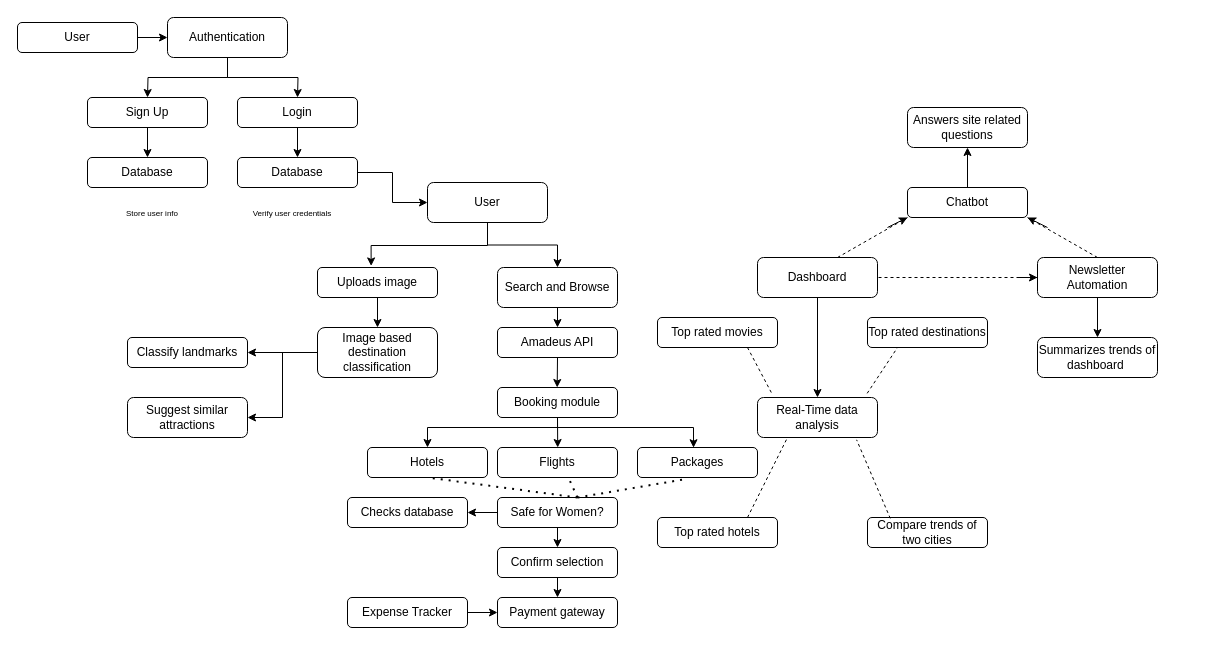
The draw.io diagram Untitled Diagram.drawio in ShaliniKashyap717/Travel_Website, before the edit. Source tidied: cells renumbered, new cells numbered last; positions are measured from the earlier drawing's top-left corner, leaving out a move shared by most shapes. Both pictures are drawn from the tidied source at 100%, with x=0, y=0 at pixel (17, 17).
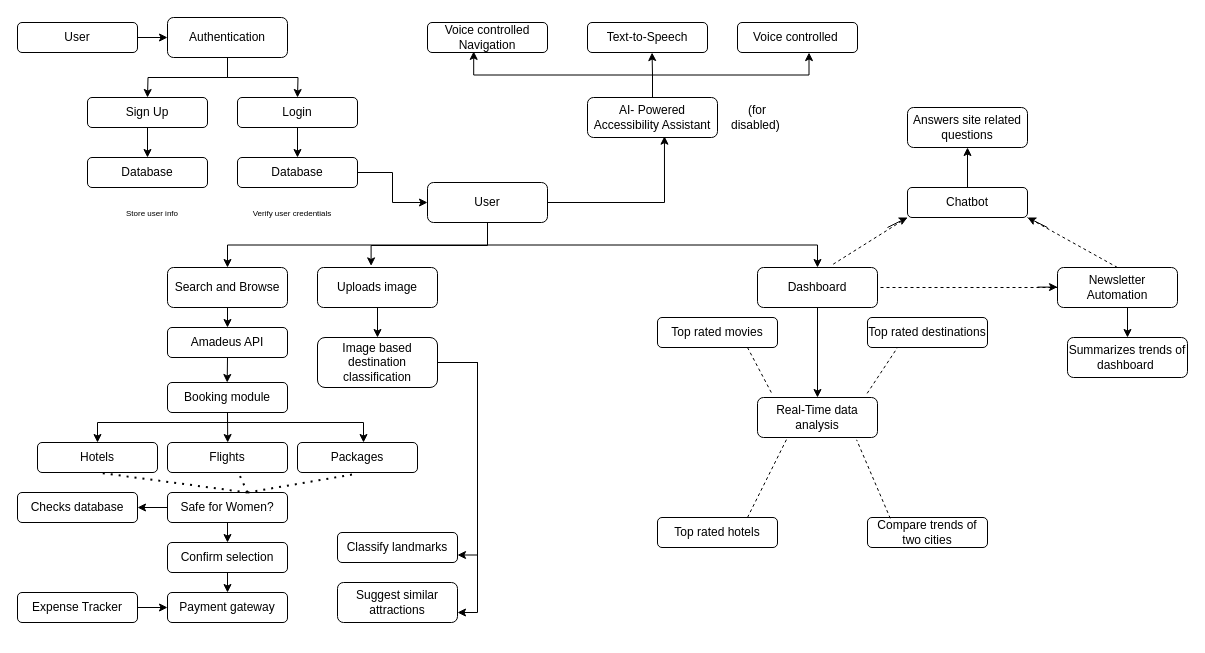
After the change.

Unchanged cells that the change refers to:
```xml
<mxCell id="3" value="User" style="rounded=1;whiteSpace=wrap;html=1;fontSize=12;glass=0;strokeWidth=1;shadow=0;" parent="1" vertex="1">
  <mxGeometry x="410" y="165" width="120" height="40" as="geometry" />
</mxCell>
<mxCell id="46" value="Chatbot" style="rounded=1;whiteSpace=wrap;html=1;fontSize=12;glass=0;strokeWidth=1;shadow=0;" parent="1" vertex="1">
  <mxGeometry x="890" y="170" width="120" height="30" as="geometry" />
</mxCell>
```

Change to the diagram source:
```diff
@@
+    <mxCell id="76" style="edgeStyle=orthogonalEdgeStyle;rounded=0;jettySize=auto;html=1;exitX=0.5;exitY=1;exitDx=0;exitDy=0;" parent="1" edge="1" source="3" target="5">
+      <mxGeometry relative="1" as="geometry" />
+    </mxCell>
@@
     <mxCell id="5" value="Dashboard" style="rounded=1;whiteSpace=wrap;html=1;fontSize=12;glass=0;strokeWidth=1;shadow=0;" parent="1" vertex="1">
-      <mxGeometry x="740" y="240" width="120" height="40" as="geometry" />
+      <mxGeometry x="740" y="250" width="120" height="40" as="geometry" />
     </mxCell>
@@
     <mxCell id="7" value="Search and Browse" style="rounded=1;whiteSpace=wrap;html=1;fontSize=12;glass=0;strokeWidth=1;shadow=0;" parent="1" vertex="1">
-      <mxGeometry x="480" y="250" width="120" height="40" as="geometry" />
+      <mxGeometry x="150" y="250" width="120" height="40" as="geometry" />
     </mxCell>
@@
-    <mxCell id="9" style="edgeStyle=orthogonalEdgeStyle;rounded=0;jettySize=auto;html=1;exitX=1;exitY=0.5;exitDx=0;exitDy=0;entryX=0;entryY=0.5;entryDx=0;entryDy=0;" parent="1" edge="1" source="10" target="34">
-      <mxGeometry relative="1" as="geometry" />
-    </mxCell>
-    <mxCell id="10" value="Expense Tracker" style="rounded=1;whiteSpace=wrap;html=1;fontSize=12;glass=0;strokeWidth=1;shadow=0;" parent="1" vertex="1">
-      <mxGeometry x="330" y="580" width="120" height="30" as="geometry" />
-    </mxCell>
@@
-    <mxCell id="12" style="edgeStyle=orthogonalEdgeStyle;rounded=0;jettySize=auto;html=1;exitX=0;exitY=0.5;exitDx=0;exitDy=0;" parent="1" edge="1" source="13">
-      <mxGeometry relative="1" as="geometry">
-        <mxPoint x="1019.7" y="259.9" as="targetPoint" />
-      </mxGeometry>
-    </mxCell>
     <mxCell id="13" value="Newsletter Automation" style="rounded=1;whiteSpace=wrap;html=1;fontSize=12;glass=0;strokeWidth=1;shadow=0;" parent="1" vertex="1">
-      <mxGeometry x="1020" y="240" width="120" height="40" as="geometry" />
+      <mxGeometry x="1040" y="250" width="120" height="40" as="geometry" />
     </mxCell>
-    <mxCell id="14" style="edgeStyle=orthogonalEdgeStyle;rounded=0;jettySize=auto;html=1;exitX=0.5;exitY=1;exitDx=0;exitDy=0;" parent="1" edge="1" source="15">
-      <mxGeometry relative="1" as="geometry">
-        <mxPoint x="539.9" y="310" as="targetPoint" />
-      </mxGeometry>
-    </mxCell>
-    <mxCell id="15" value="Amadeus API" style="rounded=1;whiteSpace=wrap;html=1;fontSize=12;glass=0;strokeWidth=1;shadow=0;" parent="1" vertex="1">
-      <mxGeometry x="480" y="310" width="120" height="30" as="geometry" />
-    </mxCell>
-    <mxCell id="16" style="edgeStyle=orthogonalEdgeStyle;rounded=0;orthogonalLoop=1;jettySize=auto;html=1;exitX=0.5;exitY=1;exitDx=0;exitDy=0;" parent="1" edge="1">
-      <mxGeometry relative="1" as="geometry">
-        <mxPoint x="540" y="340" as="sourcePoint" />
-        <mxPoint x="539.7" y="370" as="targetPoint" />
-      </mxGeometry>
-    </mxCell>
-    <mxCell id="17" style="edgeStyle=orthogonalEdgeStyle;rounded=0;jettySize=auto;html=1;exitX=0.5;exitY=1;exitDx=0;exitDy=0;" parent="1" edge="1" source="18">
-      <mxGeometry relative="1" as="geometry">
-        <mxPoint x="540.2" y="430" as="targetPoint" />
-      </mxGeometry>
-    </mxCell>
-    <mxCell id="18" value="Booking module" style="rounded=1;whiteSpace=wrap;html=1;fontSize=12;glass=0;strokeWidth=1;shadow=0;" parent="1" vertex="1">
-      <mxGeometry x="480" y="370" width="120" height="30" as="geometry" />
-    </mxCell>
-    <mxCell id="19" value="Flights" style="rounded=1;whiteSpace=wrap;html=1;fontSize=12;glass=0;strokeWidth=1;shadow=0;" parent="1" vertex="1">
-      <mxGeometry x="480" y="430" width="120" height="30" as="geometry" />
-    </mxCell>
-    <mxCell id="20" style="edgeStyle=orthogonalEdgeStyle;rounded=0;jettySize=auto;html=1;exitX=0.25;exitY=1;exitDx=0;exitDy=0;" parent="1" edge="1" source="18" target="21">
-      <mxGeometry relative="1" as="geometry">
-        <Array as="points">
-          <mxPoint x="540" y="400" />
-          <mxPoint x="540" y="410" />
-        </Array>
-      </mxGeometry>
-    </mxCell>
-    <mxCell id="21" value="Hotels" style="rounded=1;whiteSpace=wrap;html=1;fontSize=12;glass=0;strokeWidth=1;shadow=0;" parent="1" vertex="1">
-      <mxGeometry x="350" y="430" width="120" height="30" as="geometry" />
-    </mxCell>
     <mxCell id="22" value="Packages" style="rounded=1;whiteSpace=wrap;html=1;fontSize=12;glass=0;strokeWidth=1;shadow=0;" parent="1" vertex="1">
-      <mxGeometry x="620" y="430" width="120" height="30" as="geometry" />
+      <mxGeometry x="280" y="425" width="120" height="30" as="geometry" />
     </mxCell>
-    <mxCell id="23" style="edgeStyle=orthogonalEdgeStyle;rounded=0;jettySize=auto;html=1;exitX=0.5;exitY=1;exitDx=0;exitDy=0;entryX=0.467;entryY=0.008;entryDx=0;entryDy=0;entryPerimeter=0;" parent="1" edge="1" source="18" target="22">
-      <mxGeometry relative="1" as="geometry">
-        <Array as="points">
-          <mxPoint x="540" y="410" />
-          <mxPoint x="676" y="410" />
-        </Array>
-      </mxGeometry>
-    </mxCell>
-    <mxCell id="24" style="edgeStyle=orthogonalEdgeStyle;rounded=0;jettySize=auto;html=1;exitX=0.5;exitY=1;exitDx=0;exitDy=0;entryX=0.5;entryY=0;entryDx=0;entryDy=0;" parent="1" edge="1" source="26" target="31">
-      <mxGeometry relative="1" as="geometry" />
-    </mxCell>
-    <mxCell id="25" style="edgeStyle=orthogonalEdgeStyle;rounded=0;jettySize=auto;html=1;exitX=0;exitY=0.5;exitDx=0;exitDy=0;entryX=1;entryY=0.5;entryDx=0;entryDy=0;" parent="1" edge="1" source="26" target="32">
-      <mxGeometry relative="1" as="geometry" />
-    </mxCell>
-    <mxCell id="26" value="Safe for Women?" style="rounded=1;whiteSpace=wrap;html=1;fontSize=12;glass=0;strokeWidth=1;shadow=0;" parent="1" vertex="1">
-      <mxGeometry x="480" y="480" width="120" height="30" as="geometry" />
-    </mxCell>
-    <mxCell id="27" style="endArrow=none;dashed=1;html=1;dashPattern=1 3;strokeWidth=2;rounded=0;entryX=0.371;entryY=1.075;entryDx=0;entryDy=0;entryPerimeter=0;" parent="1" edge="1" target="22">
-      <mxGeometry relative="1" as="geometry">
-        <mxPoint x="560" y="480" as="sourcePoint" />
-      </mxGeometry>
-    </mxCell>
-    <mxCell id="28" style="endArrow=none;dashed=1;html=1;dashPattern=1 3;strokeWidth=2;rounded=0;entryX=0.5;entryY=1;entryDx=0;entryDy=0;" parent="1" edge="1" target="21">
-      <mxGeometry relative="1" as="geometry">
-        <mxPoint x="560" y="480" as="sourcePoint" />
-      </mxGeometry>
-    </mxCell>
-    <mxCell id="29" style="endArrow=none;dashed=1;html=1;dashPattern=1 3;strokeWidth=2;rounded=0;entryX=0.596;entryY=1.049;entryDx=0;entryDy=0;entryPerimeter=0;" parent="1" edge="1" target="19">
-      <mxGeometry relative="1" as="geometry">
-        <mxPoint x="560" y="480" as="sourcePoint" />
-      </mxGeometry>
-    </mxCell>
-    <mxCell id="30" style="edgeStyle=orthogonalEdgeStyle;rounded=0;jettySize=auto;html=1;exitX=0.5;exitY=1;exitDx=0;exitDy=0;entryX=0.5;entryY=0;entryDx=0;entryDy=0;" parent="1" edge="1" source="31">
-      <mxGeometry relative="1" as="geometry">
-        <mxPoint x="540" y="580" as="targetPoint" />
-      </mxGeometry>
-    </mxCell>
-    <mxCell id="31" value="Confirm selection" style="rounded=1;whiteSpace=wrap;html=1;fontSize=12;glass=0;strokeWidth=1;shadow=0;" parent="1" vertex="1">
-      <mxGeometry x="480" y="530" width="120" height="30" as="geometry" />
-    </mxCell>
-    <mxCell id="32" value="Checks database" style="rounded=1;whiteSpace=wrap;html=1;fontSize=12;glass=0;strokeWidth=1;shadow=0;" parent="1" vertex="1">
-      <mxGeometry x="330" y="480" width="120" height="30" as="geometry" />
-    </mxCell>
-    <mxCell id="33" style="edgeStyle=orthogonalEdgeStyle;rounded=0;jettySize=auto;html=1;exitX=0.5;exitY=1;exitDx=0;exitDy=0;entryX=0.5;entryY=0;entryDx=0;entryDy=0;" parent="1" edge="1" target="34">
-      <mxGeometry relative="1" as="geometry">
-        <mxPoint x="540" y="610" as="sourcePoint" />
-      </mxGeometry>
-    </mxCell>
-    <mxCell id="34" value="Payment gateway" style="rounded=1;whiteSpace=wrap;html=1;fontSize=12;glass=0;strokeWidth=1;shadow=0;" parent="1" vertex="1">
-      <mxGeometry x="480" y="580" width="120" height="30" as="geometry" />
-    </mxCell>
@@
     <mxCell id="44" style="endArrow=none;dashed=1;html=1;rounded=0;entryX=1;entryY=0.5;entryDx=0;entryDy=0;exitX=0;exitY=0.5;exitDx=0;exitDy=0;" parent="1" edge="1" source="13" target="5">
-      <mxGeometry relative="1" as="geometry">
-        <Array as="points">
-          <mxPoint x="1020" y="260" />
-        </Array>
-      </mxGeometry>
+      <mxGeometry relative="1" as="geometry" />
     </mxCell>
     <mxCell id="45" value="Summarizes trends of dashboard&amp;nbsp;" style="rounded=1;whiteSpace=wrap;html=1;fontSize=12;glass=0;strokeWidth=1;shadow=0;" parent="1" vertex="1">
-      <mxGeometry x="1020" y="320" width="120" height="40" as="geometry" />
+      <mxGeometry x="1050" y="320" width="120" height="40" as="geometry" />
     </mxCell>
@@
-    <mxCell id="47" style="endArrow=none;dashed=1;html=1;rounded=0;entryX=0;entryY=1;entryDx=0;entryDy=0;" parent="1" edge="1" target="46">
-      <mxGeometry relative="1" as="geometry">
-        <mxPoint x="820" y="240" as="sourcePoint" />
-      </mxGeometry>
+    <mxCell id="47" style="endArrow=none;dashed=1;html=1;rounded=0;entryX=0;entryY=1;entryDx=0;entryDy=0;exitX=0.631;exitY=-0.083;exitDx=0;exitDy=0;exitPerimeter=0;" parent="1" edge="1" source="5" target="46">
+      <mxGeometry relative="1" as="geometry" />
     </mxCell>
@@
-    <mxCell id="53" style="edgeStyle=orthogonalEdgeStyle;rounded=0;jettySize=auto;html=1;exitX=0.5;exitY=1;exitDx=0;exitDy=0;entryX=0.5;entryY=0;entryDx=0;entryDy=0;" parent="1" edge="1" source="54" target="60">
-      <mxGeometry relative="1" as="geometry" />
-    </mxCell>
-    <mxCell id="54" value="Uploads image" style="rounded=1;whiteSpace=wrap;html=1;" parent="1" vertex="1">
-      <mxGeometry x="300" y="250" width="120" height="30" as="geometry" />
-    </mxCell>
     <mxCell id="55" style="endArrow=classic;html=1;rounded=0;" parent="1" edge="1">
       <mxGeometry relative="1" as="geometry">
-        <mxPoint x="1000" y="260" as="sourcePoint" />
-        <mxPoint x="1020" y="260" as="targetPoint" />
+        <mxPoint x="1020" y="269.6" as="sourcePoint" />
+        <mxPoint x="1040" y="269.6" as="targetPoint" />
       </mxGeometry>
     </mxCell>
@@
-    <mxCell id="58" style="edgeStyle=orthogonalEdgeStyle;rounded=0;jettySize=auto;html=1;exitX=0;exitY=0.5;exitDx=0;exitDy=0;entryX=1;entryY=0.5;entryDx=0;entryDy=0;" parent="1" edge="1" source="60" target="73">
-      <mxGeometry relative="1" as="geometry" />
-    </mxCell>
-    <mxCell id="59" style="edgeStyle=orthogonalEdgeStyle;rounded=0;jettySize=auto;html=1;exitX=0;exitY=0.5;exitDx=0;exitDy=0;entryX=1;entryY=0.5;entryDx=0;entryDy=0;" parent="1" edge="1" source="60" target="74">
-      <mxGeometry relative="1" as="geometry" />
-    </mxCell>
-    <mxCell id="60" value="Image based destination classification" style="rounded=1;whiteSpace=wrap;html=1;" parent="1" vertex="1">
-      <mxGeometry x="300" y="310" width="120" height="50" as="geometry" />
-    </mxCell>
@@
+    <mxCell id="75" style="edgeStyle=orthogonalEdgeStyle;rounded=0;jettySize=auto;html=1;exitX=0.5;exitY=1;exitDx=0;exitDy=0;entryX=0.447;entryY=-0.052;entryDx=0;entryDy=0;entryPerimeter=0;" parent="1" edge="1" source="3">
+      <mxGeometry relative="1" as="geometry">
+        <mxPoint x="353.6" y="248.4" as="targetPoint" />
+        <Array as="points">
+          <mxPoint x="470" y="228" />
+          <mxPoint x="354" y="228" />
+        </Array>
+      </mxGeometry>
+    </mxCell>
+    <mxCell id="77" value="AI- Powered Accessibility Assistant" style="rounded=1;whiteSpace=wrap;html=1;" parent="1" vertex="1">
+      <mxGeometry x="570" y="80" width="130" height="40" as="geometry" />
+    </mxCell>
+    <mxCell id="78" value="Voice controlled Navigation" style="rounded=1;whiteSpace=wrap;html=1;" parent="1" vertex="1">
+      <mxGeometry x="410" y="5" width="120" height="30" as="geometry" />
+    </mxCell>
+    <mxCell id="79" value="Text-to-Speech" style="rounded=1;whiteSpace=wrap;html=1;" parent="1" vertex="1">
+      <mxGeometry x="570" y="5" width="120" height="30" as="geometry" />
+    </mxCell>
+    <mxCell id="80" value="Voice controlled&amp;nbsp;" style="rounded=1;whiteSpace=wrap;html=1;" parent="1" vertex="1">
+      <mxGeometry x="720" y="5" width="120" height="30" as="geometry" />
+    </mxCell>
+    <mxCell id="81" style="edgeStyle=orthogonalEdgeStyle;rounded=0;jettySize=auto;html=1;exitX=0.5;exitY=0;exitDx=0;exitDy=0;entryX=0.538;entryY=1.002;entryDx=0;entryDy=0;entryPerimeter=0;" parent="1" edge="1" source="77" target="79">
+      <mxGeometry relative="1" as="geometry" />
+    </mxCell>
+    <mxCell id="82" style="edgeStyle=orthogonalEdgeStyle;rounded=0;jettySize=auto;html=1;exitX=0.5;exitY=0;exitDx=0;exitDy=0;entryX=0.596;entryY=1.002;entryDx=0;entryDy=0;entryPerimeter=0;" parent="1" edge="1" source="77" target="80">
+      <mxGeometry relative="1" as="geometry" />
+    </mxCell>
+    <mxCell id="83" style="edgeStyle=orthogonalEdgeStyle;rounded=0;jettySize=auto;html=1;exitX=0.5;exitY=0;exitDx=0;exitDy=0;entryX=0.385;entryY=0.963;entryDx=0;entryDy=0;entryPerimeter=0;" parent="1" edge="1" source="77" target="78">
+      <mxGeometry relative="1" as="geometry" />
+    </mxCell>
+    <mxCell id="84" style="edgeStyle=orthogonalEdgeStyle;rounded=0;jettySize=auto;html=1;exitX=1;exitY=0.5;exitDx=0;exitDy=0;entryX=0.592;entryY=0.967;entryDx=0;entryDy=0;entryPerimeter=0;" parent="1" edge="1" source="3" target="77">
+      <mxGeometry relative="1" as="geometry" />
+    </mxCell>
+    <mxCell id="85" value="(for disabled)&amp;nbsp;" style="text;html=1;align=center;verticalAlign=middle;whiteSpace=wrap;rounded=0;" parent="1" vertex="1">
+      <mxGeometry x="710" y="85" width="60" height="30" as="geometry" />
+    </mxCell>
+    <mxCell id="9" style="edgeStyle=orthogonalEdgeStyle;rounded=0;jettySize=auto;html=1;exitX=1;exitY=0.5;exitDx=0;exitDy=0;entryX=0;entryY=0.5;entryDx=0;entryDy=0;" parent="1" edge="1" source="10" target="34">
+      <mxGeometry relative="1" as="geometry" />
+    </mxCell>
+    <mxCell id="10" value="Expense Tracker" style="rounded=1;whiteSpace=wrap;html=1;fontSize=12;glass=0;strokeWidth=1;shadow=0;" parent="1" vertex="1">
+      <mxGeometry y="575" width="120" height="30" as="geometry" />
+    </mxCell>
+    <mxCell id="86" style="edgeStyle=orthogonalEdgeStyle;rounded=0;jettySize=auto;html=1;exitX=0.5;exitY=1;exitDx=0;exitDy=0;" parent="1" edge="1" source="15">
+      <mxGeometry relative="1" as="geometry">
+        <mxPoint x="209.7" y="365" as="targetPoint" />
+      </mxGeometry>
+    </mxCell>
+    <mxCell id="87" style="edgeStyle=orthogonalEdgeStyle;rounded=0;jettySize=auto;html=1;exitX=0.5;exitY=1;exitDx=0;exitDy=0;" parent="1" edge="1" source="18">
+      <mxGeometry relative="1" as="geometry">
+        <mxPoint x="210.2" y="425" as="targetPoint" />
+      </mxGeometry>
+    </mxCell>
+    <mxCell id="18" value="Booking module" style="rounded=1;whiteSpace=wrap;html=1;fontSize=12;glass=0;strokeWidth=1;shadow=0;" parent="1" vertex="1">
+      <mxGeometry x="150" y="365" width="120" height="30" as="geometry" />
+    </mxCell>
+    <mxCell id="19" value="Flights" style="rounded=1;whiteSpace=wrap;html=1;fontSize=12;glass=0;strokeWidth=1;shadow=0;" parent="1" vertex="1">
+      <mxGeometry x="150" y="425" width="120" height="30" as="geometry" />
+    </mxCell>
+    <mxCell id="20" style="edgeStyle=orthogonalEdgeStyle;rounded=0;jettySize=auto;html=1;exitX=0.25;exitY=1;exitDx=0;exitDy=0;" parent="1" edge="1" source="18" target="21">
+      <mxGeometry relative="1" as="geometry">
+        <Array as="points">
+          <mxPoint x="210" y="395" />
+          <mxPoint x="210" y="405" />
+        </Array>
+      </mxGeometry>
+    </mxCell>
+    <mxCell id="21" value="Hotels" style="rounded=1;whiteSpace=wrap;html=1;fontSize=12;glass=0;strokeWidth=1;shadow=0;" parent="1" vertex="1">
+      <mxGeometry x="20" y="425" width="120" height="30" as="geometry" />
+    </mxCell>
+    <mxCell id="88" style="edgeStyle=orthogonalEdgeStyle;rounded=0;jettySize=auto;html=1;exitX=0.5;exitY=1;exitDx=0;exitDy=0;entryX=0.467;entryY=0.008;entryDx=0;entryDy=0;entryPerimeter=0;" parent="1" edge="1" source="18">
+      <mxGeometry relative="1" as="geometry">
+        <mxPoint x="346" y="425" as="targetPoint" />
+        <Array as="points">
+          <mxPoint x="210" y="405" />
+          <mxPoint x="346" y="405" />
+        </Array>
+      </mxGeometry>
+    </mxCell>
+    <mxCell id="24" style="edgeStyle=orthogonalEdgeStyle;rounded=0;jettySize=auto;html=1;exitX=0.5;exitY=1;exitDx=0;exitDy=0;entryX=0.5;entryY=0;entryDx=0;entryDy=0;" parent="1" edge="1" source="26" target="31">
+      <mxGeometry relative="1" as="geometry" />
+    </mxCell>
+    <mxCell id="25" style="edgeStyle=orthogonalEdgeStyle;rounded=0;jettySize=auto;html=1;exitX=0;exitY=0.5;exitDx=0;exitDy=0;entryX=1;entryY=0.5;entryDx=0;entryDy=0;" parent="1" edge="1" source="26" target="32">
+      <mxGeometry relative="1" as="geometry" />
+    </mxCell>
+    <mxCell id="26" value="Safe for Women?" style="rounded=1;whiteSpace=wrap;html=1;fontSize=12;glass=0;strokeWidth=1;shadow=0;" parent="1" vertex="1">
+      <mxGeometry x="150" y="475" width="120" height="30" as="geometry" />
+    </mxCell>
+    <mxCell id="89" style="endArrow=none;dashed=1;html=1;dashPattern=1 3;strokeWidth=2;rounded=0;entryX=0.371;entryY=1.075;entryDx=0;entryDy=0;entryPerimeter=0;" parent="1" edge="1">
+      <mxGeometry relative="1" as="geometry">
+        <mxPoint x="230" y="475" as="sourcePoint" />
+        <mxPoint x="335" y="457" as="targetPoint" />
+      </mxGeometry>
+    </mxCell>
+    <mxCell id="90" style="endArrow=none;dashed=1;html=1;dashPattern=1 3;strokeWidth=2;rounded=0;entryX=0.5;entryY=1;entryDx=0;entryDy=0;" parent="1" edge="1" target="21">
+      <mxGeometry relative="1" as="geometry">
+        <mxPoint x="230" y="475" as="sourcePoint" />
+      </mxGeometry>
+    </mxCell>
+    <mxCell id="91" style="endArrow=none;dashed=1;html=1;dashPattern=1 3;strokeWidth=2;rounded=0;entryX=0.596;entryY=1.049;entryDx=0;entryDy=0;entryPerimeter=0;" parent="1" edge="1" target="19">
+      <mxGeometry relative="1" as="geometry">
+        <mxPoint x="230" y="475" as="sourcePoint" />
+      </mxGeometry>
+    </mxCell>
+    <mxCell id="92" style="edgeStyle=orthogonalEdgeStyle;rounded=0;jettySize=auto;html=1;exitX=0.5;exitY=1;exitDx=0;exitDy=0;entryX=0.5;entryY=0;entryDx=0;entryDy=0;" parent="1" edge="1" source="31">
+      <mxGeometry relative="1" as="geometry">
+        <mxPoint x="210" y="575" as="targetPoint" />
+      </mxGeometry>
+    </mxCell>
+    <mxCell id="31" value="Confirm selection" style="rounded=1;whiteSpace=wrap;html=1;fontSize=12;glass=0;strokeWidth=1;shadow=0;" parent="1" vertex="1">
+      <mxGeometry x="150" y="525" width="120" height="30" as="geometry" />
+    </mxCell>
+    <mxCell id="32" value="Checks database" style="rounded=1;whiteSpace=wrap;html=1;fontSize=12;glass=0;strokeWidth=1;shadow=0;" parent="1" vertex="1">
+      <mxGeometry y="475" width="120" height="30" as="geometry" />
+    </mxCell>
+    <mxCell id="93" style="edgeStyle=orthogonalEdgeStyle;rounded=0;jettySize=auto;html=1;exitX=0.5;exitY=1;exitDx=0;exitDy=0;entryX=0.5;entryY=0;entryDx=0;entryDy=0;" parent="1" edge="1" target="34">
+      <mxGeometry relative="1" as="geometry">
+        <mxPoint x="210" y="605" as="sourcePoint" />
+      </mxGeometry>
+    </mxCell>
+    <mxCell id="34" value="Payment gateway" style="rounded=1;whiteSpace=wrap;html=1;fontSize=12;glass=0;strokeWidth=1;shadow=0;" parent="1" vertex="1">
+      <mxGeometry x="150" y="575" width="120" height="30" as="geometry" />
+    </mxCell>
+    <mxCell id="94" style="edgeStyle=orthogonalEdgeStyle;rounded=0;jettySize=auto;html=1;exitX=0.5;exitY=1;exitDx=0;exitDy=0;" parent="1" edge="1" target="15">
+      <mxGeometry relative="1" as="geometry">
+        <mxPoint x="210" y="335" as="sourcePoint" />
+      </mxGeometry>
+    </mxCell>
+    <mxCell id="15" value="Amadeus API" style="rounded=1;whiteSpace=wrap;html=1;fontSize=12;glass=0;strokeWidth=1;shadow=0;" parent="1" vertex="1">
+      <mxGeometry x="150" y="310" width="120" height="30" as="geometry" />
+    </mxCell>
+    <mxCell id="53" style="edgeStyle=orthogonalEdgeStyle;rounded=0;jettySize=auto;html=1;exitX=0.5;exitY=1;exitDx=0;exitDy=0;entryX=0.5;entryY=0;entryDx=0;entryDy=0;" parent="1" edge="1" source="54" target="60">
+      <mxGeometry relative="1" as="geometry" />
+    </mxCell>
+    <mxCell id="54" value="Uploads image" style="rounded=1;whiteSpace=wrap;html=1;" parent="1" vertex="1">
+      <mxGeometry x="300" y="250" width="120" height="40" as="geometry" />
+    </mxCell>
+    <mxCell id="59" style="edgeStyle=orthogonalEdgeStyle;rounded=0;jettySize=auto;html=1;exitX=1;exitY=0.5;exitDx=0;exitDy=0;entryX=1;entryY=0.75;entryDx=0;entryDy=0;" parent="1" edge="1" source="60" target="74">
+      <mxGeometry relative="1" as="geometry" />
+    </mxCell>
+    <mxCell id="58" style="edgeStyle=orthogonalEdgeStyle;rounded=0;jettySize=auto;html=1;exitX=1;exitY=0.5;exitDx=0;exitDy=0;entryX=1;entryY=0.75;entryDx=0;entryDy=0;" parent="1" edge="1" source="60" target="73">
+      <mxGeometry relative="1" as="geometry" />
+    </mxCell>
+    <mxCell id="60" value="Image based destination classification" style="rounded=1;whiteSpace=wrap;html=1;" parent="1" vertex="1">
+      <mxGeometry x="300" y="320" width="120" height="50" as="geometry" />
+    </mxCell>
     <mxCell id="73" value="Classify landmarks" style="rounded=1;whiteSpace=wrap;html=1;" parent="1" vertex="1">
-      <mxGeometry x="110" y="320" width="120" height="30" as="geometry" />
+      <mxGeometry x="320" y="515" width="120" height="30" as="geometry" />
     </mxCell>
     <mxCell id="74" value="Suggest similar attractions" style="rounded=1;whiteSpace=wrap;html=1;" parent="1" vertex="1">
-      <mxGeometry x="110" y="380" width="120" height="40" as="geometry" />
+      <mxGeometry x="320" y="565" width="120" height="40" as="geometry" />
     </mxCell>
-    <mxCell id="75" style="edgeStyle=orthogonalEdgeStyle;rounded=0;jettySize=auto;html=1;exitX=0.5;exitY=1;exitDx=0;exitDy=0;entryX=0.447;entryY=-0.052;entryDx=0;entryDy=0;entryPerimeter=0;" parent="1" edge="1" source="3" target="54">
-      <mxGeometry relative="1" as="geometry">
-        <Array as="points">
-          <mxPoint x="470" y="228" />
-          <mxPoint x="354" y="228" />
-        </Array>
-      </mxGeometry>
-    </mxCell>
```
